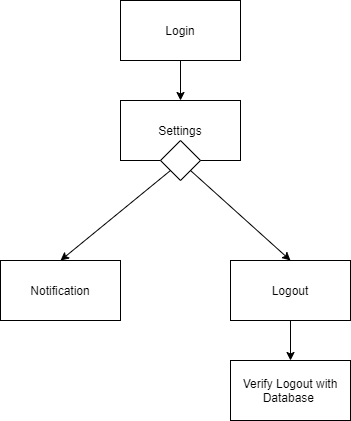
BroClements/CS364_2020Win keeps this draw.io diagram as SDD_SWDesignDesc/images/image4.png. Above is the earlier version. Source tidied: cells renumbered, new cells last; positions are measured from the earlier drawing's top-left corner, leaving out a move shared by most shapes. Source of this version:
```xml
<mxGraphModel>
  <root>
    <mxCell id="0" />
    <mxCell id="1" parent="0" />
    <mxCell id="2" value="Login" style="rounded=0;whiteSpace=wrap;html=1;" parent="1" vertex="1">
      <mxGeometry x="120" width="120" height="60" as="geometry" />
    </mxCell>
    <mxCell id="3" style="endArrow=classic;html=1;exitX=0.5;exitY=1;exitDx=0;exitDy=0;" parent="1" edge="1" source="2">
      <mxGeometry relative="1" as="geometry">
        <mxPoint x="180" y="100" as="targetPoint" />
      </mxGeometry>
    </mxCell>
    <mxCell id="4" value="Settings" style="rounded=0;whiteSpace=wrap;html=1;" parent="1" vertex="1">
      <mxGeometry x="120" y="100" width="120" height="60" as="geometry" />
    </mxCell>
    <mxCell id="5" style="rhombus;whiteSpace=wrap;html=1;" parent="1" vertex="1">
      <mxGeometry x="160" y="140" width="40" height="40" as="geometry" />
    </mxCell>
    <mxCell id="6" style="endArrow=classic;html=1;exitX=0;exitY=1;exitDx=0;exitDy=0;entryX=0.5;entryY=0;entryDx=0;entryDy=0;" parent="1" edge="1" source="5" target="8">
      <mxGeometry relative="1" as="geometry" />
    </mxCell>
    <mxCell id="7" style="endArrow=classic;html=1;exitX=1;exitY=1;exitDx=0;exitDy=0;" parent="1" edge="1" source="5">
      <mxGeometry relative="1" as="geometry">
        <mxPoint x="290" y="260" as="targetPoint" />
      </mxGeometry>
    </mxCell>
    <mxCell id="8" value="Notification" style="rounded=0;whiteSpace=wrap;html=1;" parent="1" vertex="1">
      <mxGeometry y="260" width="120" height="60" as="geometry" />
    </mxCell>
    <mxCell id="9" value="Logout" style="rounded=0;whiteSpace=wrap;html=1;" parent="1" vertex="1">
      <mxGeometry x="230" y="260" width="120" height="60" as="geometry" />
    </mxCell>
    <mxCell id="10" style="endArrow=classic;html=1;exitX=0.5;exitY=1;exitDx=0;exitDy=0;" parent="1" edge="1" source="9">
      <mxGeometry relative="1" as="geometry">
        <mxPoint x="290" y="360" as="targetPoint" />
      </mxGeometry>
    </mxCell>
    <mxCell id="11" value="Verify Logout with Database&amp;nbsp;" style="rounded=0;whiteSpace=wrap;html=1;" parent="1" vertex="1">
      <mxGeometry x="230" y="360" width="120" height="60" as="geometry" />
    </mxCell>
  </root>
</mxGraphModel>
```
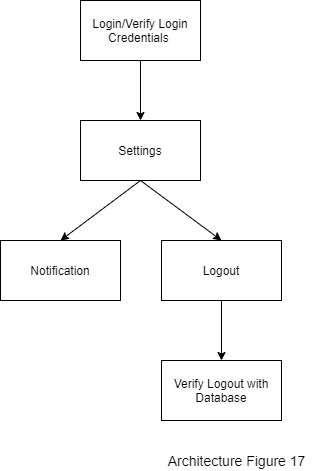
After the change.

What changed in the source:
```diff
@@ -2,41 +2,35 @@
   <root>
     <mxCell id="0" />
     <mxCell id="1" parent="0" />
-    <mxCell id="2" value="Login" style="rounded=0;whiteSpace=wrap;html=1;" parent="1" vertex="1">
-      <mxGeometry x="120" width="120" height="60" as="geometry" />
-    </mxCell>
-    <mxCell id="3" style="endArrow=classic;html=1;exitX=0.5;exitY=1;exitDx=0;exitDy=0;" parent="1" edge="1" source="2">
-      <mxGeometry relative="1" as="geometry">
-        <mxPoint x="180" y="100" as="targetPoint" />
-      </mxGeometry>
-    </mxCell>
+    <mxCell id="12" style="edgeStyle=orthogonalEdgeStyle;rounded=0;jettySize=auto;html=1;exitX=0.5;exitY=1;exitDx=0;exitDy=0;" parent="1" edge="1" source="13" target="4">
+      <mxGeometry relative="1" as="geometry" />
+    </mxCell>
+    <mxCell id="13" value="Login/Verify Login Credentials&amp;nbsp;" style="rounded=0;whiteSpace=wrap;html=1;" parent="1" vertex="1">
+      <mxGeometry x="10" y="60" width="120" height="60" as="geometry" />
+    </mxCell>
     <mxCell id="4" value="Settings" style="rounded=0;whiteSpace=wrap;html=1;" parent="1" vertex="1">
-      <mxGeometry x="120" y="100" width="120" height="60" as="geometry" />
+      <mxGeometry x="10" y="180" width="120" height="60" as="geometry" />
     </mxCell>
-    <mxCell id="5" style="rhombus;whiteSpace=wrap;html=1;" parent="1" vertex="1">
-      <mxGeometry x="160" y="140" width="40" height="40" as="geometry" />
-    </mxCell>
-    <mxCell id="6" style="endArrow=classic;html=1;exitX=0;exitY=1;exitDx=0;exitDy=0;entryX=0.5;entryY=0;entryDx=0;entryDy=0;" parent="1" edge="1" source="5" target="8">
-      <mxGeometry relative="1" as="geometry" />
-    </mxCell>
-    <mxCell id="7" style="endArrow=classic;html=1;exitX=1;exitY=1;exitDx=0;exitDy=0;" parent="1" edge="1" source="5">
-      <mxGeometry relative="1" as="geometry">
-        <mxPoint x="290" y="260" as="targetPoint" />
-      </mxGeometry>
-    </mxCell>
     <mxCell id="8" value="Notification" style="rounded=0;whiteSpace=wrap;html=1;" parent="1" vertex="1">
-      <mxGeometry y="260" width="120" height="60" as="geometry" />
+      <mxGeometry x="-70" y="300" width="120" height="60" as="geometry" />
     </mxCell>
+    <mxCell id="14" style="edgeStyle=orthogonalEdgeStyle;rounded=0;jettySize=auto;html=1;entryX=0.5;entryY=0;entryDx=0;entryDy=0;" parent="1" edge="1" source="9" target="11">
+      <mxGeometry relative="1" as="geometry" />
+    </mxCell>
     <mxCell id="9" value="Logout" style="rounded=0;whiteSpace=wrap;html=1;" parent="1" vertex="1">
-      <mxGeometry x="230" y="260" width="120" height="60" as="geometry" />
+      <mxGeometry x="91" y="300" width="120" height="60" as="geometry" />
     </mxCell>
-    <mxCell id="10" style="endArrow=classic;html=1;exitX=0.5;exitY=1;exitDx=0;exitDy=0;" parent="1" edge="1" source="9">
-      <mxGeometry relative="1" as="geometry">
-        <mxPoint x="290" y="360" as="targetPoint" />
-      </mxGeometry>
-    </mxCell>
-    <mxCell id="11" value="Verify Logout with Database&amp;nbsp;" style="rounded=0;whiteSpace=wrap;html=1;" parent="1" vertex="1">
-      <mxGeometry x="230" y="360" width="120" height="60" as="geometry" />
+    <mxCell id="11" value="Verify Logout with Database" style="rounded=0;whiteSpace=wrap;html=1;" parent="1" vertex="1">
+      <mxGeometry x="91" y="420" width="120" height="60" as="geometry" />
     </mxCell>
+    <mxCell id="15" style="endArrow=classic;html=1;exitX=0.5;exitY=1;exitDx=0;exitDy=0;entryX=0.5;entryY=0;entryDx=0;entryDy=0;" parent="1" edge="1" source="4" target="9">
+      <mxGeometry relative="1" as="geometry" />
+    </mxCell>
+    <mxCell id="16" style="endArrow=classic;html=1;exitX=0.5;exitY=1;exitDx=0;exitDy=0;entryX=0.5;entryY=0;entryDx=0;entryDy=0;" parent="1" edge="1" source="4" target="8">
+      <mxGeometry relative="1" as="geometry" />
+    </mxCell>
+    <mxCell id="17" value="&lt;div style=&quot;box-sizing: border-box ; font-family: &amp;#34;segoe ui&amp;#34; , , &amp;#34;apple color emoji&amp;#34; , &amp;#34;segoe ui emoji&amp;#34; , sans-serif ; font-size: 14px&quot;&gt;Architecture Figure 17&lt;/div&gt;" style="text;html=1;align=center;verticalAlign=middle;" parent="1" vertex="1">
+      <mxGeometry x="91" y="510" width="150" height="20" as="geometry" />
+    </mxCell>
   </root>
 </mxGraphModel>
```
